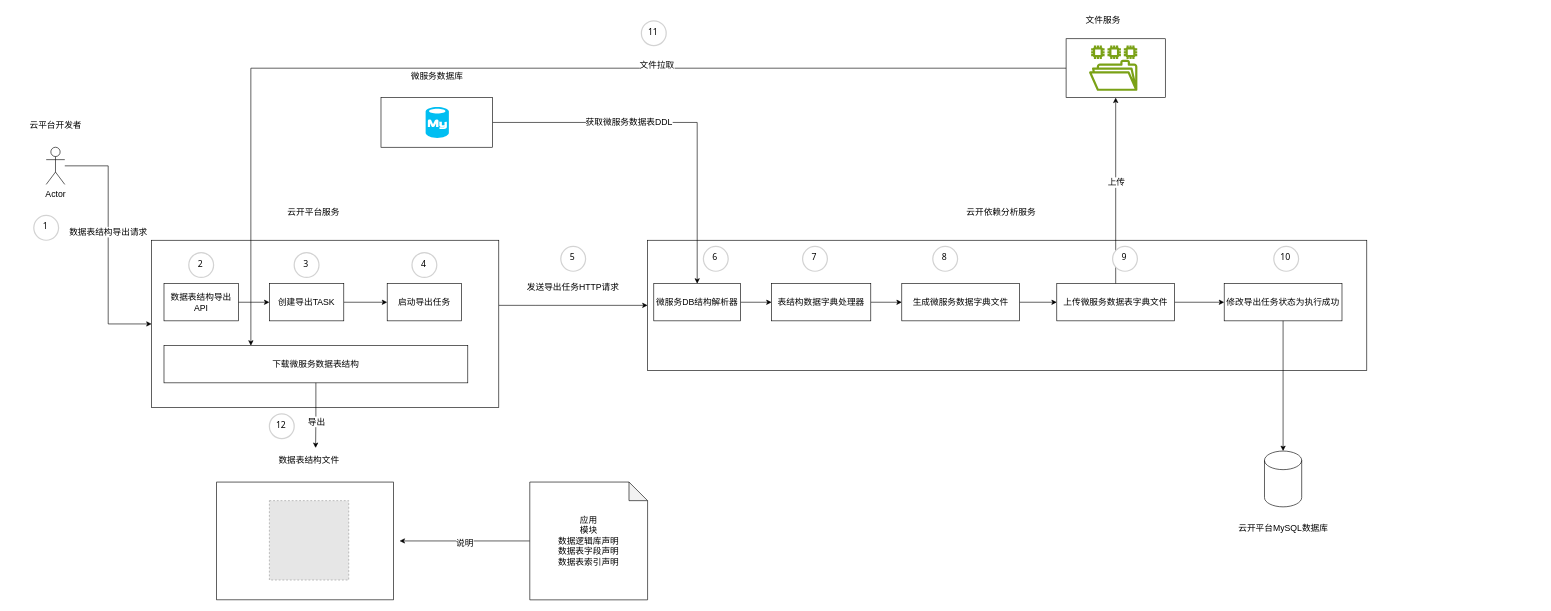
Before: 数据表结构导出TASK.drawio in strongant/android, a draw.io diagram. Source tidied: cells renumbered, new cells numbered last; positions are measured from the earlier drawing's top-left corner, leaving out a move shared by most shapes. Both pictures are drawn from the tidied source at 62%, with x=0, y=0 at pixel (10, 11). Pictures stored in the file or linked from it are replaced by grey dashed boxes.
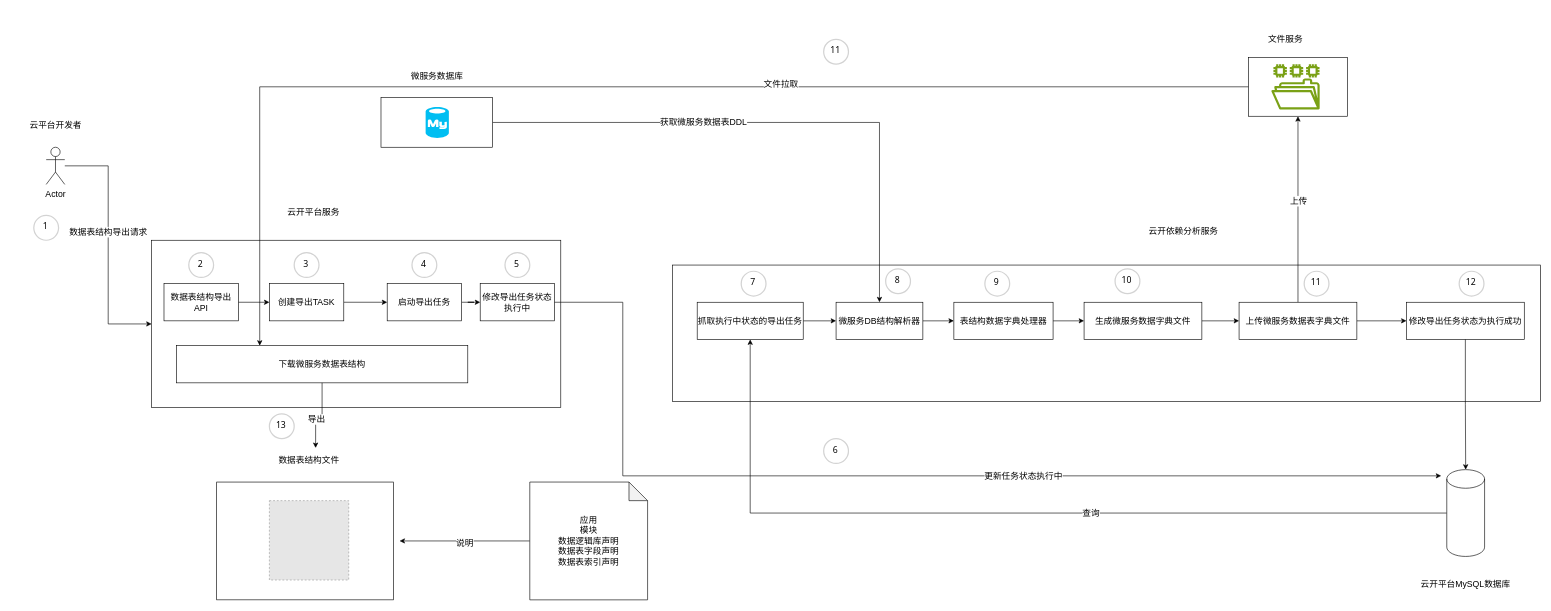
The same diagram, later.

Commit message (it also covers changes not shown here):
Update 数据表结构导出TASK.drawio

Unchanged cells that the change refers to:
```xml
<mxCell id="13" value="启动导出任务" style="rounded=0;whiteSpace=wrap;html=1;fontSize=14;" parent="1" vertex="1">
  <mxGeometry x="608" y="440" width="120" height="60" as="geometry" />
</mxCell>
```

What changed in the source:
```diff
@@
-    <mxCell id="6" style="edgeStyle=orthogonalEdgeStyle;rounded=0;jettySize=auto;html=1;entryX=0;entryY=0.5;entryDx=0;entryDy=0;fontSize=14;" parent="1" edge="1" source="7" target="14">
-      <mxGeometry relative="1" as="geometry">
-        <Array as="points">
-          <mxPoint x="848" y="475" />
-          <mxPoint x="848" y="475" />
-        </Array>
-      </mxGeometry>
-    </mxCell>
     <mxCell id="7" style="rounded=0;whiteSpace=wrap;html=1;fontSize=14;" parent="1" vertex="1">
-      <mxGeometry x="228" y="370" width="560" height="270" as="geometry" />
+      <mxGeometry x="228" y="370" width="660" height="270" as="geometry" />
     </mxCell>
@@
+    <mxCell id="62" style="edgeStyle=orthogonalEdgeStyle;rounded=0;jettySize=auto;html=1;" parent="1" edge="1" source="13" target="65">
+      <mxGeometry relative="1" as="geometry" />
+    </mxCell>
@@
     <mxCell id="14" style="rounded=0;whiteSpace=wrap;html=1;fontSize=14;" parent="1" vertex="1">
-      <mxGeometry x="1028" y="370" width="1160" height="210" as="geometry" />
+      <mxGeometry x="1068" y="410" width="1400" height="220" as="geometry" />
     </mxCell>
@@
     <mxCell id="16" value="微服务DB结构解析器" style="rounded=0;whiteSpace=wrap;html=1;fontSize=14;" parent="1" vertex="1">
-      <mxGeometry x="1038" y="440" width="140" height="60" as="geometry" />
+      <mxGeometry x="1332" y="470" width="140" height="60" as="geometry" />
     </mxCell>
@@
     <mxCell id="18" value="表结构数据字典处理器" style="rounded=0;whiteSpace=wrap;html=1;fontSize=14;" parent="1" vertex="1">
-      <mxGeometry x="1228" y="440" width="160" height="60" as="geometry" />
+      <mxGeometry x="1522" y="470" width="160" height="60" as="geometry" />
     </mxCell>
@@
     <mxCell id="20" value="生成微服务数据字典文件" style="rounded=0;whiteSpace=wrap;html=1;fontSize=14;" parent="1" vertex="1">
-      <mxGeometry x="1438" y="440" width="190" height="60" as="geometry" />
+      <mxGeometry x="1732" y="470" width="190" height="60" as="geometry" />
     </mxCell>
     <mxCell id="21" value="云开依赖分析服务" style="text;html=1;align=center;verticalAlign=middle;whiteSpace=wrap;rounded=0;fontSize=14;" parent="1" vertex="1">
-      <mxGeometry x="1518" y="310" width="161" height="30" as="geometry" />
+      <mxGeometry x="1812" y="340" width="161" height="30" as="geometry" />
     </mxCell>
-    <mxCell id="22" value="发送导出任务HTTP请求" style="text;html=1;align=center;verticalAlign=middle;whiteSpace=wrap;rounded=0;fontSize=14;" parent="1" vertex="1">
-      <mxGeometry x="808" y="430" width="200" height="30" as="geometry" />
-    </mxCell>
@@
     <mxCell id="27" value="5" style="ellipse;whiteSpace=wrap;html=1;strokeWidth=2;fontFamily=Tahoma;spacingBottom=4;spacingRight=2;strokeColor=#d3d3d3;fontSize=14;" parent="1" vertex="1">
-      <mxGeometry x="888" y="380" width="40" height="40" as="geometry" />
+      <mxGeometry x="798" y="390" width="40" height="40" as="geometry" />
     </mxCell>
@@
     <mxCell id="36" value="上传微服务数据表字典文件" style="rounded=0;whiteSpace=wrap;html=1;fontSize=14;" parent="1" vertex="1">
-      <mxGeometry x="1688" y="440" width="190" height="60" as="geometry" />
+      <mxGeometry x="1982" y="470" width="190" height="60" as="geometry" />
     </mxCell>
     <mxCell id="37" style="rounded=0;whiteSpace=wrap;html=1;fontSize=14;" parent="1" vertex="1">
-      <mxGeometry x="1703" y="45" width="160" height="95" as="geometry" />
+      <mxGeometry x="1997" y="75" width="160" height="95" as="geometry" />
     </mxCell>
     <mxCell id="38" style="sketch=0;fontColor=#232F3E;gradientColor=none;fillColor=#7AA116;strokeColor=none;dashed=0;verticalLabelPosition=bottom;verticalAlign=top;align=center;html=1;fontSize=14;fontStyle=0;shape=mxgraph.aws4.file_system;" parent="1" vertex="1">
-      <mxGeometry x="1740" y="56" width="78" height="73" as="geometry" />
+      <mxGeometry x="2034" y="86" width="78" height="73" as="geometry" />
     </mxCell>
     <mxCell id="39" value="文件服务" style="text;html=1;align=center;verticalAlign=middle;whiteSpace=wrap;rounded=0;fontSize=14;" parent="1" vertex="1">
-      <mxGeometry x="1733" width="60" height="30" as="geometry" />
+      <mxGeometry x="2027" y="30" width="60" height="30" as="geometry" />
     </mxCell>
     <mxCell id="40" value="下载微服务数据表结构" style="rounded=0;whiteSpace=wrap;html=1;fontSize=14;" parent="1" vertex="1">
-      <mxGeometry x="248" y="540" width="490" height="60" as="geometry" />
+      <mxGeometry x="268" y="540" width="470" height="60" as="geometry" />
     </mxCell>
     <mxCell id="41" value="修改导出任务状态为执行成功" style="rounded=0;whiteSpace=wrap;html=1;fontSize=14;" parent="1" vertex="1">
-      <mxGeometry x="1958" y="440" width="190" height="60" as="geometry" />
+      <mxGeometry x="2252" y="470" width="190" height="60" as="geometry" />
     </mxCell>
+    <mxCell id="63" style="edgeStyle=orthogonalEdgeStyle;rounded=0;jettySize=auto;html=1;" parent="1" edge="1" source="42" target="67">
+      <mxGeometry relative="1" as="geometry" />
+    </mxCell>
+    <mxCell id="64" value="查询" style="edgeLabel;html=1;align=center;verticalAlign=middle;fontSize=14;" parent="63" vertex="1">
+      <mxGeometry x="-0.18" relative="1" as="geometry" />
+    </mxCell>
     <mxCell id="42" style="shape=cylinder3;whiteSpace=wrap;html=1;boundedLbl=1;backgroundOutline=1;size=15;fontSize=14;" parent="1" vertex="1">
-      <mxGeometry x="2023" y="710" width="60" height="90" as="geometry" />
+      <mxGeometry x="2317" y="740" width="61" height="140" as="geometry" />
     </mxCell>
@@
     <mxCell id="44" value="云开平台MySQL数据库" style="text;html=1;align=center;verticalAlign=middle;whiteSpace=wrap;rounded=0;fontSize=14;" parent="1" vertex="1">
-      <mxGeometry x="1965.5" y="820" width="175" height="30" as="geometry" />
+      <mxGeometry x="2259.5" y="910" width="175" height="30" as="geometry" />
     </mxCell>
@@
-    <mxCell id="55" value="6" style="ellipse;whiteSpace=wrap;html=1;strokeWidth=2;fontFamily=Tahoma;spacingBottom=4;spacingRight=2;strokeColor=#d3d3d3;fontSize=14;" parent="1" vertex="1">
-      <mxGeometry x="1118" y="380" width="40" height="40" as="geometry" />
+    <mxCell id="55" value="8" style="ellipse;whiteSpace=wrap;html=1;strokeWidth=2;fontFamily=Tahoma;spacingBottom=4;spacingRight=2;strokeColor=#d3d3d3;fontSize=14;" parent="1" vertex="1">
+      <mxGeometry x="1412" y="416" width="40" height="40" as="geometry" />
     </mxCell>
-    <mxCell id="56" value="7" style="ellipse;whiteSpace=wrap;html=1;strokeWidth=2;fontFamily=Tahoma;spacingBottom=4;spacingRight=2;strokeColor=#d3d3d3;fontSize=14;" parent="1" vertex="1">
-      <mxGeometry x="1278" y="380" width="40" height="40" as="geometry" />
+    <mxCell id="56" value="9" style="ellipse;whiteSpace=wrap;html=1;strokeWidth=2;fontFamily=Tahoma;spacingBottom=4;spacingRight=2;strokeColor=#d3d3d3;fontSize=14;" parent="1" vertex="1">
+      <mxGeometry x="1572" y="420" width="40" height="40" as="geometry" />
     </mxCell>
-    <mxCell id="57" value="8" style="ellipse;whiteSpace=wrap;html=1;strokeWidth=2;fontFamily=Tahoma;spacingBottom=4;spacingRight=2;strokeColor=#d3d3d3;fontSize=14;" parent="1" vertex="1">
-      <mxGeometry x="1488" y="380" width="40" height="40" as="geometry" />
+    <mxCell id="57" value="10" style="ellipse;whiteSpace=wrap;html=1;strokeWidth=2;fontFamily=Tahoma;spacingBottom=4;spacingRight=2;strokeColor=#d3d3d3;fontSize=14;" parent="1" vertex="1">
+      <mxGeometry x="1782" y="416" width="40" height="40" as="geometry" />
     </mxCell>
-    <mxCell id="58" value="9" style="ellipse;whiteSpace=wrap;html=1;strokeWidth=2;fontFamily=Tahoma;spacingBottom=4;spacingRight=2;strokeColor=#d3d3d3;fontSize=14;" parent="1" vertex="1">
-      <mxGeometry x="1778" y="380" width="40" height="40" as="geometry" />
+    <mxCell id="58" value="11" style="ellipse;whiteSpace=wrap;html=1;strokeWidth=2;fontFamily=Tahoma;spacingBottom=4;spacingRight=2;strokeColor=#d3d3d3;fontSize=14;" parent="1" vertex="1">
+      <mxGeometry x="2087" y="420" width="40" height="40" as="geometry" />
     </mxCell>
-    <mxCell id="59" value="10" style="ellipse;whiteSpace=wrap;html=1;strokeWidth=2;fontFamily=Tahoma;spacingBottom=4;spacingRight=2;strokeColor=#d3d3d3;fontSize=14;" parent="1" vertex="1">
-      <mxGeometry x="2038" y="380" width="40" height="40" as="geometry" />
+    <mxCell id="59" value="12" style="ellipse;whiteSpace=wrap;html=1;strokeWidth=2;fontFamily=Tahoma;spacingBottom=4;spacingRight=2;strokeColor=#d3d3d3;fontSize=14;" parent="1" vertex="1">
+      <mxGeometry x="2337" y="420" width="40" height="40" as="geometry" />
     </mxCell>
-    <mxCell id="60" value="12" style="ellipse;whiteSpace=wrap;html=1;strokeWidth=2;fontFamily=Tahoma;spacingBottom=4;spacingRight=2;strokeColor=#d3d3d3;fontSize=14;" parent="1" vertex="1">
+    <mxCell id="60" value="13" style="ellipse;whiteSpace=wrap;html=1;strokeWidth=2;fontFamily=Tahoma;spacingBottom=4;spacingRight=2;strokeColor=#d3d3d3;fontSize=14;" parent="1" vertex="1">
       <mxGeometry x="418" y="650" width="40" height="40" as="geometry" />
     </mxCell>
     <mxCell id="61" value="11" style="ellipse;whiteSpace=wrap;html=1;strokeWidth=2;fontFamily=Tahoma;spacingBottom=4;spacingRight=2;strokeColor=#d3d3d3;fontSize=14;" parent="1" vertex="1">
-      <mxGeometry x="1018" y="16" width="40" height="40" as="geometry" />
+      <mxGeometry x="1312" y="46" width="40" height="40" as="geometry" />
     </mxCell>
+    <mxCell id="65" value="修改导出任务状态执行中" style="rounded=0;whiteSpace=wrap;html=1;fontSize=14;" parent="1" vertex="1">
+      <mxGeometry x="758" y="440" width="120" height="60" as="geometry" />
+    </mxCell>
+    <mxCell id="66" style="edgeStyle=orthogonalEdgeStyle;rounded=0;jettySize=auto;html=1;" parent="1" edge="1" source="67" target="16">
+      <mxGeometry relative="1" as="geometry" />
+    </mxCell>
+    <mxCell id="67" value="抓取执行中状态的导出任务" style="rounded=0;whiteSpace=wrap;html=1;fontSize=14;" parent="1" vertex="1">
+      <mxGeometry x="1108" y="470" width="171" height="60" as="geometry" />
+    </mxCell>
+    <mxCell id="68" style="edgeStyle=orthogonalEdgeStyle;rounded=0;jettySize=auto;html=1;" parent="1" edge="1" source="65">
+      <mxGeometry relative="1" as="geometry">
+        <mxPoint x="2308" y="750" as="targetPoint" />
+        <Array as="points">
+          <mxPoint x="988" y="470" />
+          <mxPoint x="988" y="750" />
+        </Array>
+      </mxGeometry>
+    </mxCell>
+    <mxCell id="69" value="更新任务状态执行中" style="edgeLabel;html=1;align=center;verticalAlign=middle;fontSize=14;" parent="68" vertex="1">
+      <mxGeometry x="0.21" relative="1" as="geometry" />
+    </mxCell>
+    <mxCell id="70" value="6" style="ellipse;whiteSpace=wrap;html=1;strokeWidth=2;fontFamily=Tahoma;spacingBottom=4;spacingRight=2;strokeColor=#d3d3d3;fontSize=14;" parent="1" vertex="1">
+      <mxGeometry x="1312" y="690" width="40" height="40" as="geometry" />
+    </mxCell>
+    <mxCell id="71" value="7" style="ellipse;whiteSpace=wrap;html=1;strokeWidth=2;fontFamily=Tahoma;spacingBottom=4;spacingRight=2;strokeColor=#d3d3d3;fontSize=14;" parent="1" vertex="1">
+      <mxGeometry x="1179" y="420" width="40" height="40" as="geometry" />
+    </mxCell>
```
